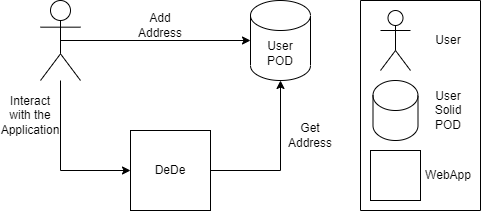
The draw.io diagram docs/images/03_BusinessContext.png in Arquisoft/dede_es1a, before a commit. Source tidied: cells renumbered, new cells last; positions are measured from the earlier drawing's top-left corner, leaving out a move shared by most shapes.
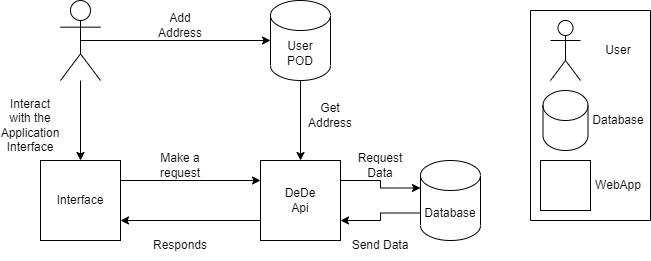
The same file after the commit.

Commit message:
Cambio Diagrama y ruta de la imagen

The edit, as a diff of the source:
```diff
@@ -8,33 +8,32 @@
     <mxCell id="3" style="shape=umlActor;verticalLabelPosition=bottom;verticalAlign=top;html=1;outlineConnect=0;" parent="1" vertex="1">
       <mxGeometry x="40" width="40" height="80" as="geometry" />
     </mxCell>
+    <mxCell id="18" style="edgeStyle=orthogonalEdgeStyle;rounded=0;jettySize=auto;html=1;exitX=0.5;exitY=1;exitDx=0;exitDy=0;exitPerimeter=0;entryX=0.5;entryY=0;entryDx=0;entryDy=0;" parent="1" edge="1" source="4" target="7">
+      <mxGeometry relative="1" as="geometry" />
+    </mxCell>
     <mxCell id="4" value="User&lt;br&gt;POD" style="shape=cylinder3;whiteSpace=wrap;html=1;boundedLbl=1;backgroundOutline=1;size=15;" parent="1" vertex="1">
       <mxGeometry x="250" width="60" height="80" as="geometry" />
     </mxCell>
     <mxCell id="5" value="Add&lt;br&gt;Address" style="text;html=1;strokeColor=none;fillColor=none;align=center;verticalAlign=middle;whiteSpace=wrap;rounded=0;" parent="1" vertex="1">
       <mxGeometry x="130" y="10" width="60" height="30" as="geometry" />
     </mxCell>
-    <mxCell id="6" style="edgeStyle=orthogonalEdgeStyle;rounded=0;jettySize=auto;html=1;exitX=1;exitY=0.5;exitDx=0;exitDy=0;entryX=0.5;entryY=1;entryDx=0;entryDy=0;entryPerimeter=0;" parent="1" edge="1" source="7" target="4">
-      <mxGeometry relative="1" as="geometry" />
-    </mxCell>
+    <mxCell id="19" style="edgeStyle=orthogonalEdgeStyle;rounded=0;jettySize=auto;html=1;exitX=1;exitY=0.25;exitDx=0;exitDy=0;entryX=0;entryY=0;entryDx=0;entryDy=27.5;entryPerimeter=0;" parent="1" edge="1" source="7" target="22">
+      <mxGeometry relative="1" as="geometry" />
+    </mxCell>
+    <mxCell id="20" style="edgeStyle=orthogonalEdgeStyle;rounded=0;jettySize=auto;html=1;exitX=0;exitY=0.75;exitDx=0;exitDy=0;entryX=1;entryY=0.75;entryDx=0;entryDy=0;" parent="1" edge="1" source="7" target="24">
+      <mxGeometry relative="1" as="geometry" />
+    </mxCell>
-    <mxCell id="7" value="DeDe" style="whiteSpace=wrap;html=1;" parent="1" vertex="1">
-      <mxGeometry x="130" y="130" width="80" height="80" as="geometry" />
+    <mxCell id="7" value="DeDe&lt;br&gt;Api" style="whiteSpace=wrap;html=1;" parent="1" vertex="1">
+      <mxGeometry x="240" y="160" width="80" height="80" as="geometry" />
     </mxCell>
-    <mxCell id="8" style="endArrow=classic;html=1;rounded=0;edgeStyle=orthogonalEdgeStyle;entryX=0;entryY=0.5;entryDx=0;entryDy=0;" parent="1" edge="1" source="3" target="7">
-      <mxGeometry relative="1" as="geometry">
-        <Array as="points">
-          <mxPoint x="60" y="170" />
-        </Array>
-      </mxGeometry>
-    </mxCell>
     <mxCell id="9" value="Get Address" style="text;html=1;strokeColor=none;fillColor=none;align=center;verticalAlign=middle;whiteSpace=wrap;rounded=0;" parent="1" vertex="1">
-      <mxGeometry x="280" y="120" width="60" height="30" as="geometry" />
+      <mxGeometry x="280" y="100" width="60" height="30" as="geometry" />
     </mxCell>
-    <mxCell id="10" value="Interact with the Application" style="text;html=1;strokeColor=none;fillColor=none;align=center;verticalAlign=middle;whiteSpace=wrap;rounded=0;" parent="1" vertex="1">
-      <mxGeometry y="100" width="60" height="30" as="geometry" />
+    <mxCell id="10" value="Interact with the Application Interface" style="text;html=1;strokeColor=none;fillColor=none;align=center;verticalAlign=middle;whiteSpace=wrap;rounded=0;" parent="1" vertex="1">
+      <mxGeometry x="-20" y="110" width="60" height="30" as="geometry" />
     </mxCell>
     <mxCell id="11" style="swimlane;startSize=0;" parent="1" vertex="1">
-      <mxGeometry x="360" width="120" height="210" as="geometry" />
+      <mxGeometry x="510" y="10" width="120" height="210" as="geometry" />
     </mxCell>
     <mxCell id="12" style="shape=umlActor;verticalLabelPosition=bottom;verticalAlign=top;html=1;" parent="11" vertex="1">
       <mxGeometry x="20" y="10" width="30" height="60" as="geometry" />
@@ -45,7 +44,7 @@
     <mxCell id="14" style="shape=cylinder3;whiteSpace=wrap;html=1;boundedLbl=1;backgroundOutline=1;size=15;" parent="11" vertex="1">
       <mxGeometry x="12.5" y="80" width="45" height="60" as="geometry" />
     </mxCell>
-    <mxCell id="15" value="User&lt;br&gt;Solid&lt;br&gt;POD" style="text;html=1;strokeColor=none;fillColor=none;align=center;verticalAlign=middle;whiteSpace=wrap;rounded=0;" parent="11" vertex="1">
+    <mxCell id="15" value="Database" style="text;html=1;strokeColor=none;fillColor=none;align=center;verticalAlign=middle;whiteSpace=wrap;rounded=0;" parent="11" vertex="1">
       <mxGeometry x="57.5" y="95" width="60" height="30" as="geometry" />
     </mxCell>
     <mxCell id="16" style="whiteSpace=wrap;html=1;" parent="11" vertex="1">
@@ -54,5 +53,32 @@
     <mxCell id="17" value="WebApp" style="text;html=1;strokeColor=none;fillColor=none;align=center;verticalAlign=middle;whiteSpace=wrap;rounded=0;" parent="11" vertex="1">
       <mxGeometry x="57.5" y="160" width="60" height="30" as="geometry" />
     </mxCell>
+    <mxCell id="21" style="edgeStyle=orthogonalEdgeStyle;rounded=0;jettySize=auto;html=1;exitX=0;exitY=0;exitDx=0;exitDy=52.5;exitPerimeter=0;entryX=1;entryY=0.75;entryDx=0;entryDy=0;" parent="1" edge="1" source="22" target="7">
+      <mxGeometry relative="1" as="geometry" />
+    </mxCell>
+    <mxCell id="22" value="Database" style="shape=cylinder3;whiteSpace=wrap;html=1;boundedLbl=1;backgroundOutline=1;size=15;" parent="1" vertex="1">
+      <mxGeometry x="400" y="160" width="60" height="80" as="geometry" />
+    </mxCell>
+    <mxCell id="23" style="edgeStyle=orthogonalEdgeStyle;rounded=0;jettySize=auto;html=1;exitX=1;exitY=0.25;exitDx=0;exitDy=0;entryX=0;entryY=0.25;entryDx=0;entryDy=0;" parent="1" edge="1" source="24" target="7">
+      <mxGeometry relative="1" as="geometry" />
+    </mxCell>
+    <mxCell id="24" value="Interface" style="whiteSpace=wrap;html=1;" parent="1" vertex="1">
+      <mxGeometry x="20" y="160" width="80" height="80" as="geometry" />
+    </mxCell>
+    <mxCell id="25" style="endArrow=classic;html=1;rounded=0;entryX=0.5;entryY=0;entryDx=0;entryDy=0;" parent="1" edge="1" source="3" target="24">
+      <mxGeometry relative="1" as="geometry" />
+    </mxCell>
+    <mxCell id="26" value="Request&lt;br&gt;Data" style="text;html=1;strokeColor=none;fillColor=none;align=center;verticalAlign=middle;whiteSpace=wrap;rounded=0;" parent="1" vertex="1">
+      <mxGeometry x="330" y="150" width="60" height="30" as="geometry" />
+    </mxCell>
+    <mxCell id="27" value="Make a request" style="text;html=1;strokeColor=none;fillColor=none;align=center;verticalAlign=middle;whiteSpace=wrap;rounded=0;" parent="1" vertex="1">
+      <mxGeometry x="130" y="150" width="60" height="30" as="geometry" />
+    </mxCell>
+    <mxCell id="28" value="Send Data" style="text;html=1;strokeColor=none;fillColor=none;align=center;verticalAlign=middle;whiteSpace=wrap;rounded=0;" parent="1" vertex="1">
+      <mxGeometry x="330" y="230" width="60" height="30" as="geometry" />
+    </mxCell>
+    <mxCell id="29" value="Responds" style="text;html=1;strokeColor=none;fillColor=none;align=center;verticalAlign=middle;whiteSpace=wrap;rounded=0;" parent="1" vertex="1">
+      <mxGeometry x="130" y="230" width="60" height="30" as="geometry" />
+    </mxCell>
   </root>
 </mxGraphModel>
```
